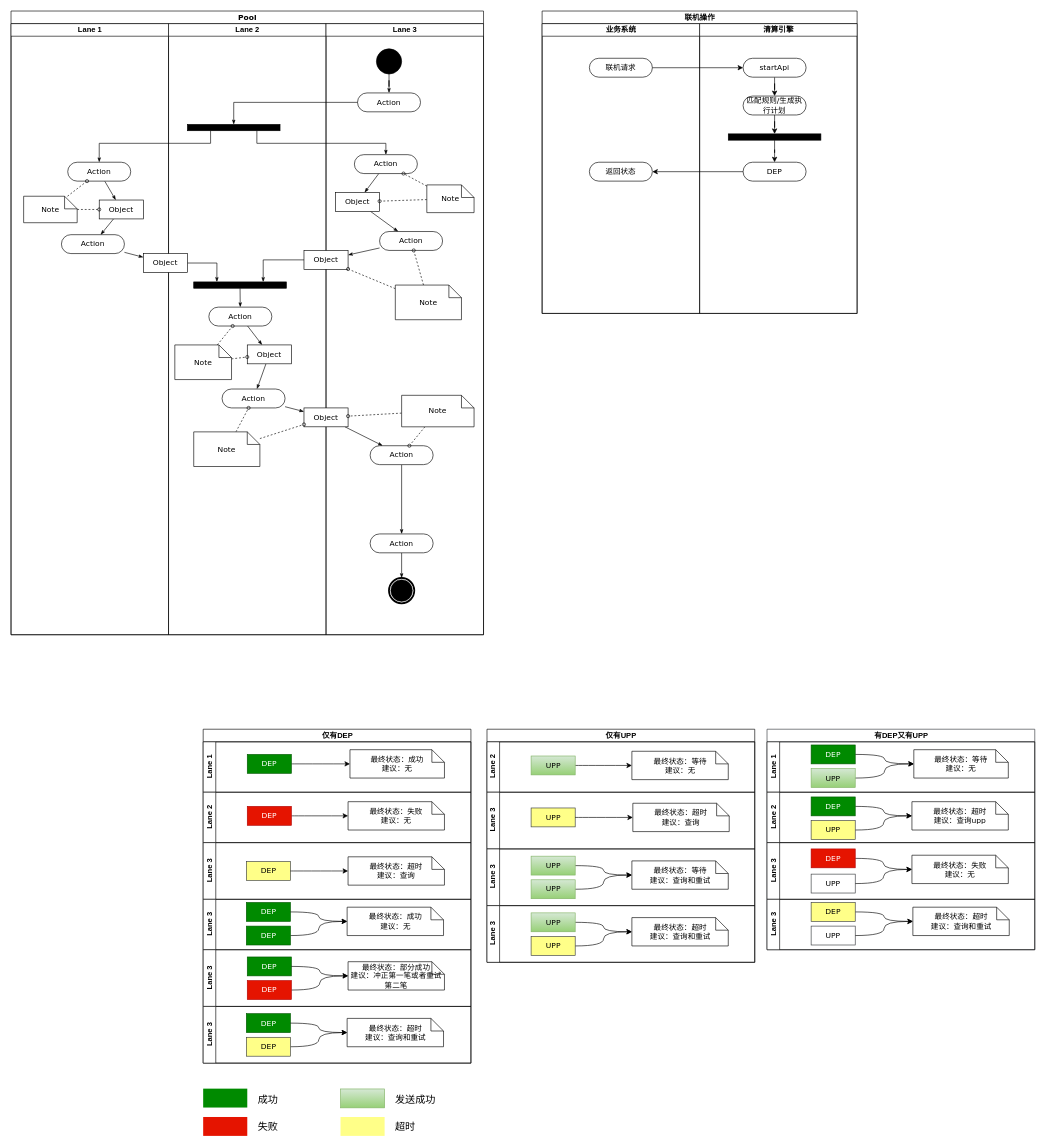
Before: 清算引擎交互流程图.drawio in staconfree/design, a draw.io diagram. Source tidied: cells renumbered, new cells numbered last; positions are measured from the earlier drawing's top-left corner, leaving out a move shared by most shapes. Both pictures are drawn from the tidied source at 63%, with x=0, y=0 at pixel (11, 11).
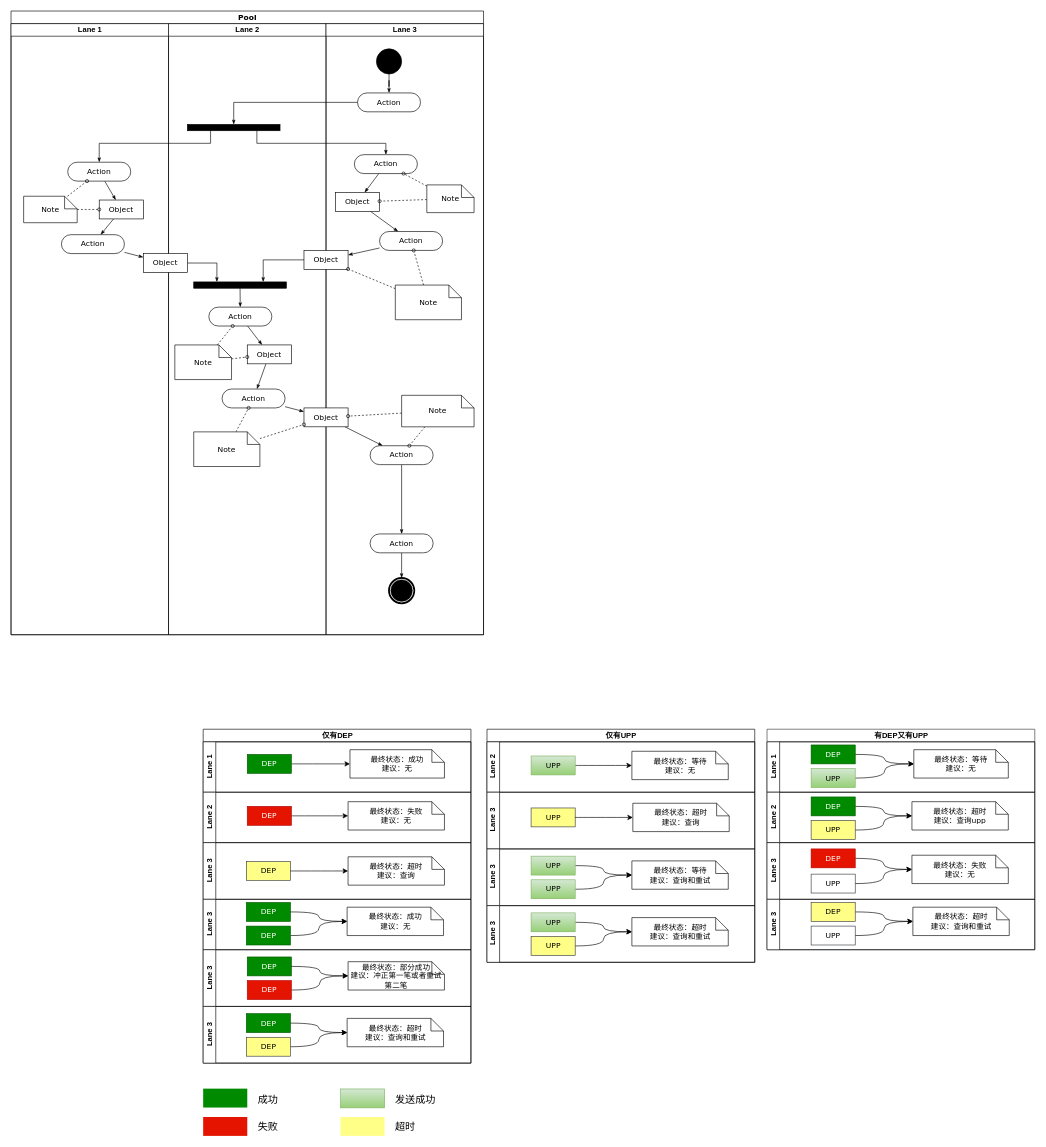
Above is the later version.

Commit message (it also covers changes not shown here):
更新清算引擎交互流程图.drawio

Change to the diagram source:
```diff
@@
-    <mxCell id="62" value="联机操作" style="swimlane;html=1;startSize=20;strokeColor=#000000;fillColor=none;fontColor=#000000;align=center;" parent="1" vertex="1">
-      <mxGeometry x="843" width="500" height="480" as="geometry" />
-    </mxCell>
-    <mxCell id="63" value="业务系统" style="swimlane;html=1;startSize=20;" parent="62" vertex="1">
-      <mxGeometry y="20" width="250" height="460" as="geometry" />
-    </mxCell>
-    <mxCell id="64" value="联机请求" style="rounded=1;whiteSpace=wrap;html=1;shadow=0;comic=0;labelBackgroundColor=none;strokeColor=#000000;strokeWidth=1;fillColor=#ffffff;fontFamily=Verdana;fontSize=12;fontColor=#000000;align=center;arcSize=50;" parent="63" vertex="1">
-      <mxGeometry x="75" y="55" width="100" height="30" as="geometry" />
-    </mxCell>
-    <mxCell id="65" value="返回状态" style="rounded=1;whiteSpace=wrap;html=1;shadow=0;comic=0;labelBackgroundColor=none;strokeColor=#000000;strokeWidth=1;fillColor=#ffffff;fontFamily=Verdana;fontSize=12;fontColor=#000000;align=center;arcSize=50;" parent="63" vertex="1">
-      <mxGeometry x="75" y="220" width="100" height="30" as="geometry" />
-    </mxCell>
-    <mxCell id="66" value="清算引擎" style="swimlane;html=1;startSize=20;" parent="62" vertex="1">
-      <mxGeometry x="250" y="20" width="250" height="460" as="geometry" />
-    </mxCell>
-    <mxCell id="67" style="edgeStyle=orthogonalEdgeStyle;rounded=0;jettySize=auto;html=1;fontColor=#66B2FF;" parent="66" edge="1" source="68" target="72">
-      <mxGeometry relative="1" as="geometry" />
-    </mxCell>
-    <mxCell id="68" value="匹配规则/生成执行计划" style="rounded=1;whiteSpace=wrap;html=1;shadow=0;comic=0;labelBackgroundColor=none;strokeColor=#000000;strokeWidth=1;fillColor=#ffffff;fontFamily=Verdana;fontSize=12;fontColor=#000000;align=center;arcSize=50;" parent="66" vertex="1">
-      <mxGeometry x="69" y="115" width="100" height="30" as="geometry" />
-    </mxCell>
-    <mxCell id="69" style="edgeStyle=orthogonalEdgeStyle;rounded=0;jettySize=auto;html=1;fontColor=#66B2FF;" parent="66" edge="1" source="70" target="68">
-      <mxGeometry relative="1" as="geometry" />
-    </mxCell>
-    <mxCell id="70" value="startApi" style="rounded=1;whiteSpace=wrap;html=1;shadow=0;comic=0;labelBackgroundColor=none;strokeColor=#000000;strokeWidth=1;fillColor=#ffffff;fontFamily=Verdana;fontSize=12;fontColor=#000000;align=center;arcSize=50;" parent="66" vertex="1">
-      <mxGeometry x="69" y="55" width="100" height="30" as="geometry" />
-    </mxCell>
-    <mxCell id="71" style="edgeStyle=orthogonalEdgeStyle;rounded=0;jettySize=auto;html=1;entryX=0.5;entryY=0;entryDx=0;entryDy=0;fontColor=#66B2FF;" parent="66" edge="1" source="72" target="73">
-      <mxGeometry relative="1" as="geometry" />
-    </mxCell>
-    <mxCell id="72" style="whiteSpace=wrap;html=1;rounded=0;shadow=0;comic=0;labelBackgroundColor=none;strokeColor=#000000;strokeWidth=1;fillColor=#000000;fontFamily=Verdana;fontSize=12;fontColor=#000000;align=center;rotation=0;" parent="66" vertex="1">
-      <mxGeometry x="45.5" y="175" width="147" height="10" as="geometry" />
-    </mxCell>
-    <mxCell id="73" value="DEP" style="rounded=1;whiteSpace=wrap;html=1;shadow=0;comic=0;labelBackgroundColor=none;strokeColor=#000000;strokeWidth=1;fillColor=#ffffff;fontFamily=Verdana;fontSize=12;fontColor=#000000;align=center;arcSize=50;" parent="66" vertex="1">
-      <mxGeometry x="69" y="220" width="100" height="30" as="geometry" />
-    </mxCell>
-    <mxCell id="74" style="edgeStyle=orthogonalEdgeStyle;rounded=0;jettySize=auto;html=1;fontColor=#66B2FF;" parent="62" edge="1" source="64" target="70">
-      <mxGeometry relative="1" as="geometry" />
-    </mxCell>
-    <mxCell id="75" style="edgeStyle=orthogonalEdgeStyle;rounded=0;jettySize=auto;html=1;entryX=1;entryY=0.5;entryDx=0;entryDy=0;fontColor=#66B2FF;" parent="62" edge="1" source="73" target="65">
-      <mxGeometry relative="1" as="geometry" />
-    </mxCell>
```
